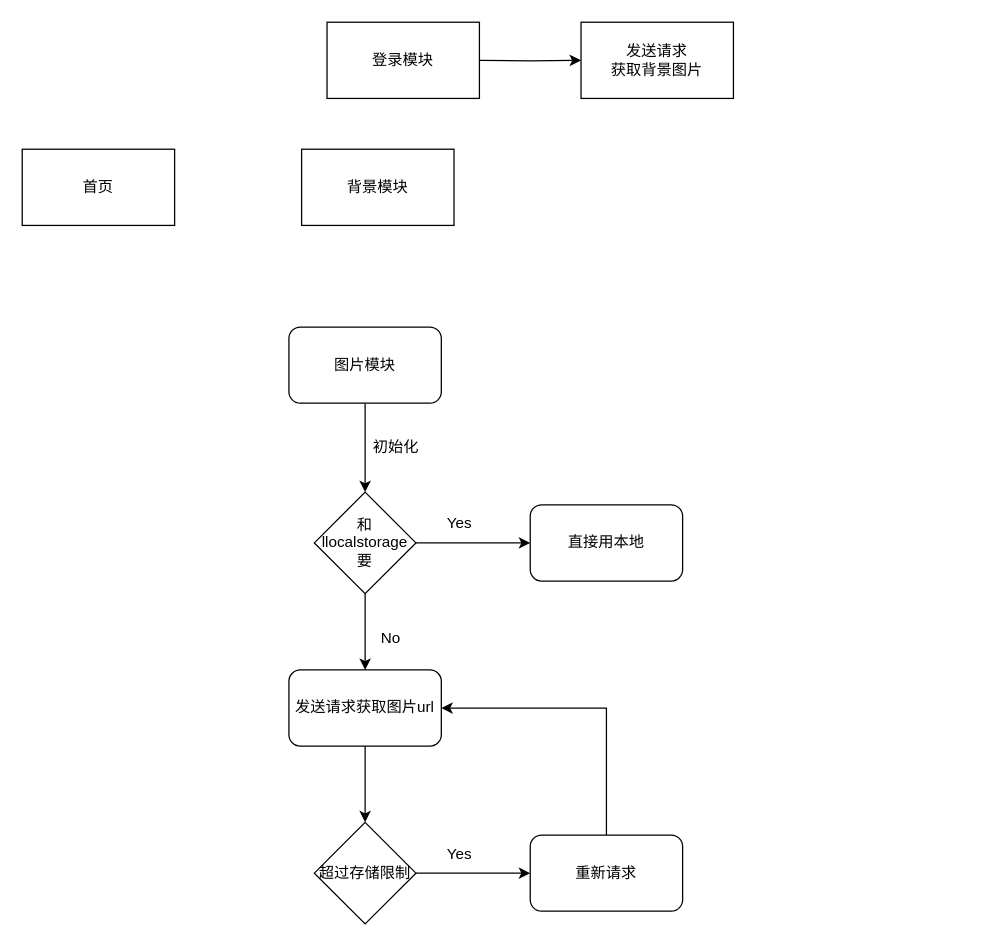
Saiable/drawio keeps this draw.io diagram as page "前端" (5 of 6) of social life internal system.drawio. Above is the earlier version. Source tidied: cells renumbered, new cells numbered last; positions are measured from the earlier drawing's top-left corner, leaving out a move shared by most shapes. Both pictures are drawn from the tidied source at 127%, with x=0, y=0 at pixel (22, 22).
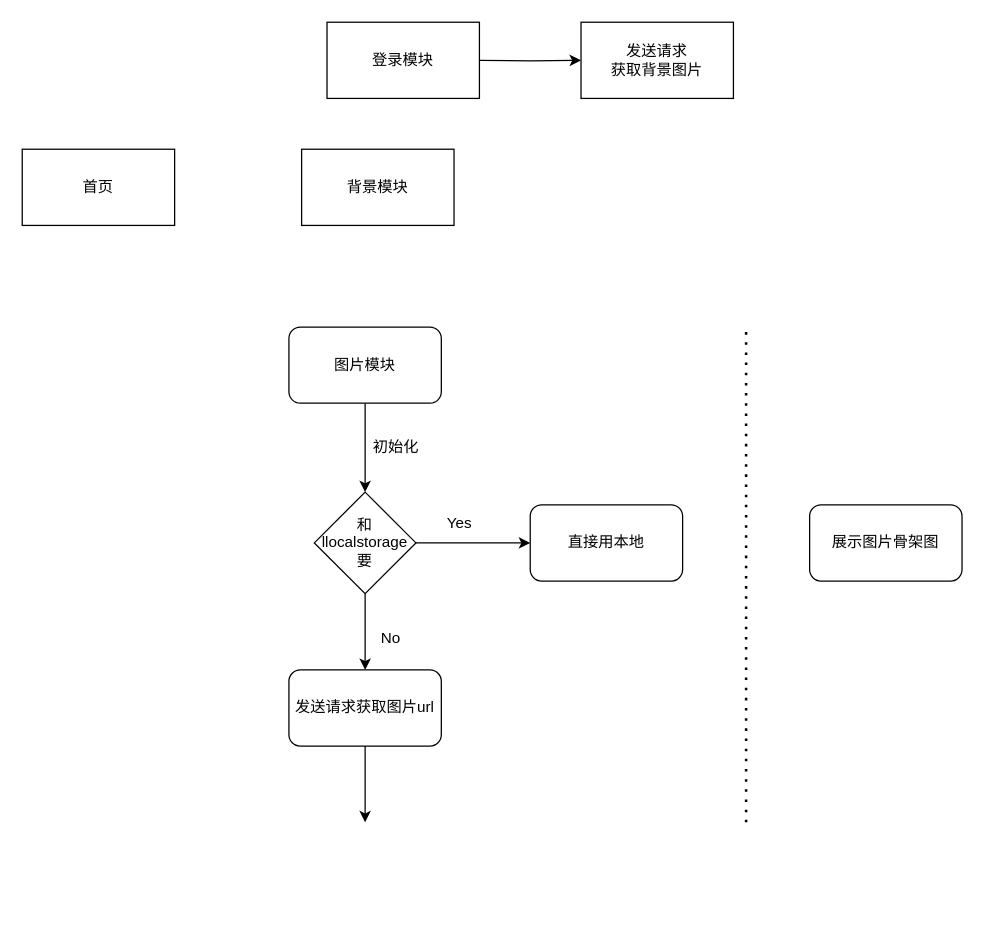
The same diagram, later.

Unchanged cells that the change refers to:
```xml
<mxCell id="10" value="发送请求获取图片url" style="whiteSpace=wrap;html=1;rounded=1;" parent="1" vertex="1">
  <mxGeometry x="210" y="510" width="120" height="60" as="geometry" />
</mxCell>
```

Change to the diagram source:
```diff
@@
-    <mxCell id="9" style="edgeStyle=orthogonalEdgeStyle;rounded=0;jettySize=auto;html=1;" parent="1" edge="1" source="10" target="19">
-      <mxGeometry relative="1" as="geometry" />
+    <mxCell id="9" style="edgeStyle=orthogonalEdgeStyle;rounded=0;jettySize=auto;html=1;" parent="1" edge="1" source="10">
+      <mxGeometry relative="1" as="geometry">
+        <mxPoint x="270" y="630" as="targetPoint" />
+      </mxGeometry>
     </mxCell>
@@
-    <mxCell id="18" style="edgeStyle=orthogonalEdgeStyle;rounded=0;jettySize=auto;html=1;entryX=0;entryY=0.5;entryDx=0;entryDy=0;" parent="1" edge="1" source="19" target="21">
-      <mxGeometry relative="1" as="geometry" />
-    </mxCell>
-    <mxCell id="19" value="超过存储限制" style="rhombus;whiteSpace=wrap;html=1;" parent="1" vertex="1">
-      <mxGeometry x="230" y="630" width="80" height="80" as="geometry" />
-    </mxCell>
-    <mxCell id="20" style="edgeStyle=orthogonalEdgeStyle;rounded=0;jettySize=auto;html=1;entryX=1;entryY=0.5;entryDx=0;entryDy=0;" parent="1" edge="1" source="21" target="10">
-      <mxGeometry relative="1" as="geometry">
-        <Array as="points">
-          <mxPoint x="460" y="540" />
-        </Array>
-      </mxGeometry>
-    </mxCell>
-    <mxCell id="21" value="重新请求" style="whiteSpace=wrap;html=1;rounded=1;" parent="1" vertex="1">
-      <mxGeometry x="400" y="640" width="120" height="60" as="geometry" />
-    </mxCell>
-    <mxCell id="22" value="Yes" style="text;html=1;align=center;verticalAlign=middle;strokeColor=none;fillColor=none;" parent="1" vertex="1">
-      <mxGeometry x="324" y="640" width="40" height="30" as="geometry" />
-    </mxCell>
+    <mxCell id="23" value="展示图片骨架图" style="whiteSpace=wrap;html=1;rounded=1;" parent="1" vertex="1">
+      <mxGeometry x="620" y="380" width="120" height="60" as="geometry" />
+    </mxCell>
+    <mxCell id="24" style="endArrow=none;dashed=1;html=1;dashPattern=1 3;strokeWidth=2;rounded=0;" parent="1" edge="1">
+      <mxGeometry relative="1" as="geometry">
+        <mxPoint x="570" y="630" as="sourcePoint" />
+        <mxPoint x="570" y="240" as="targetPoint" />
+      </mxGeometry>
+    </mxCell>
```
